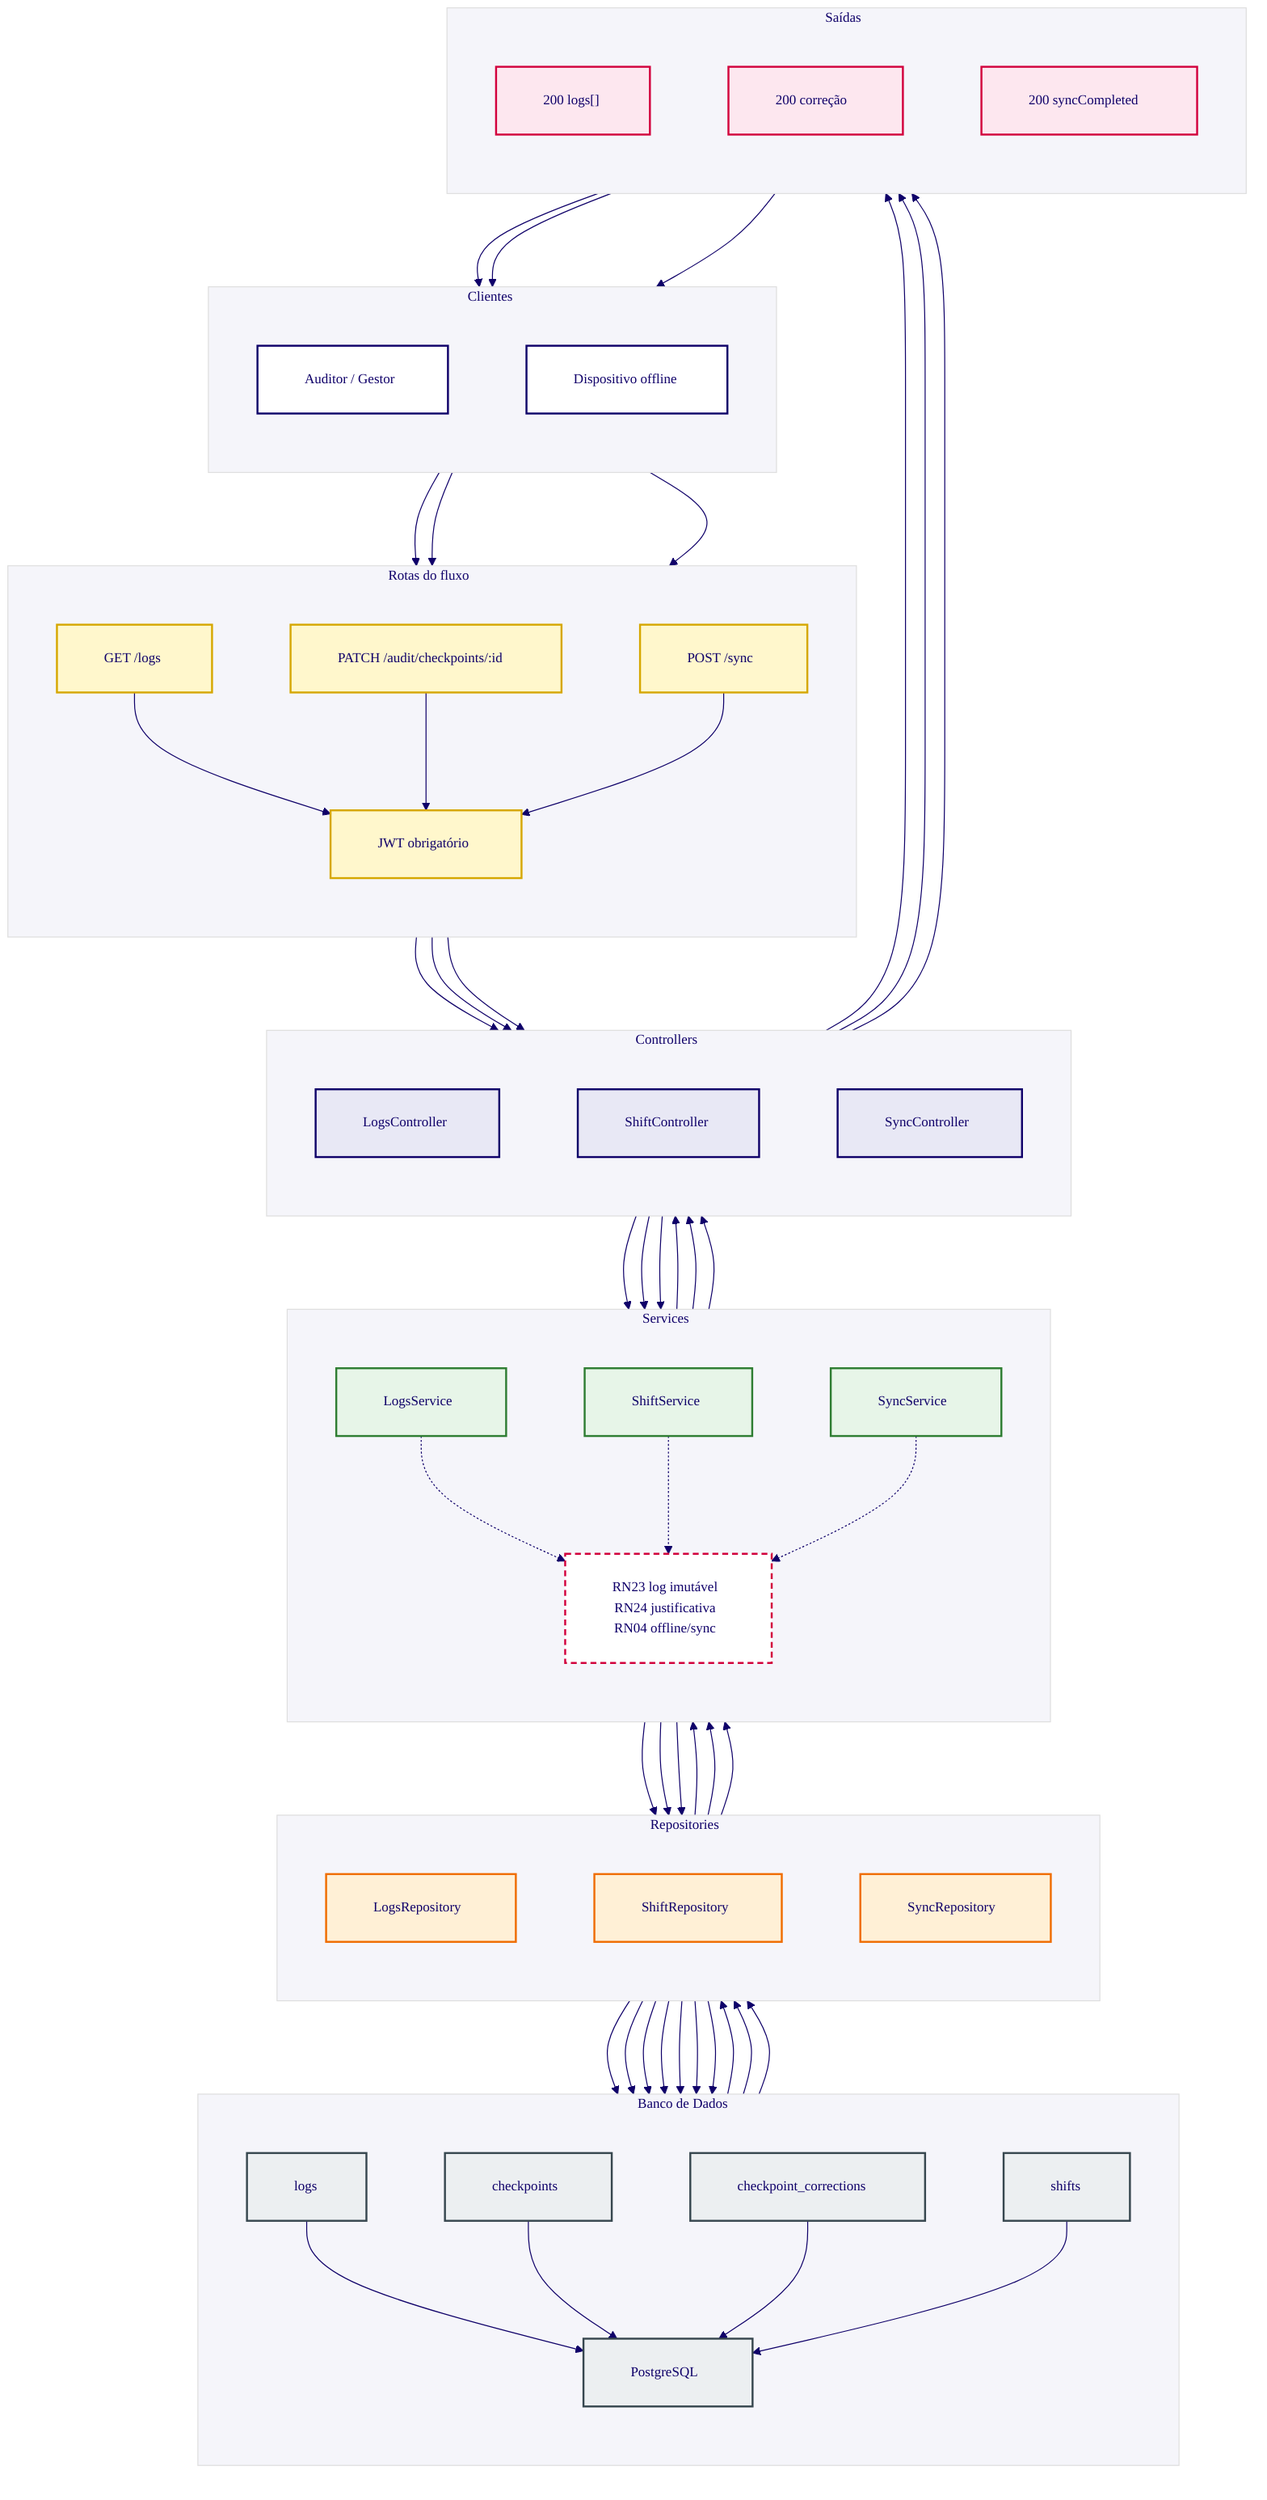
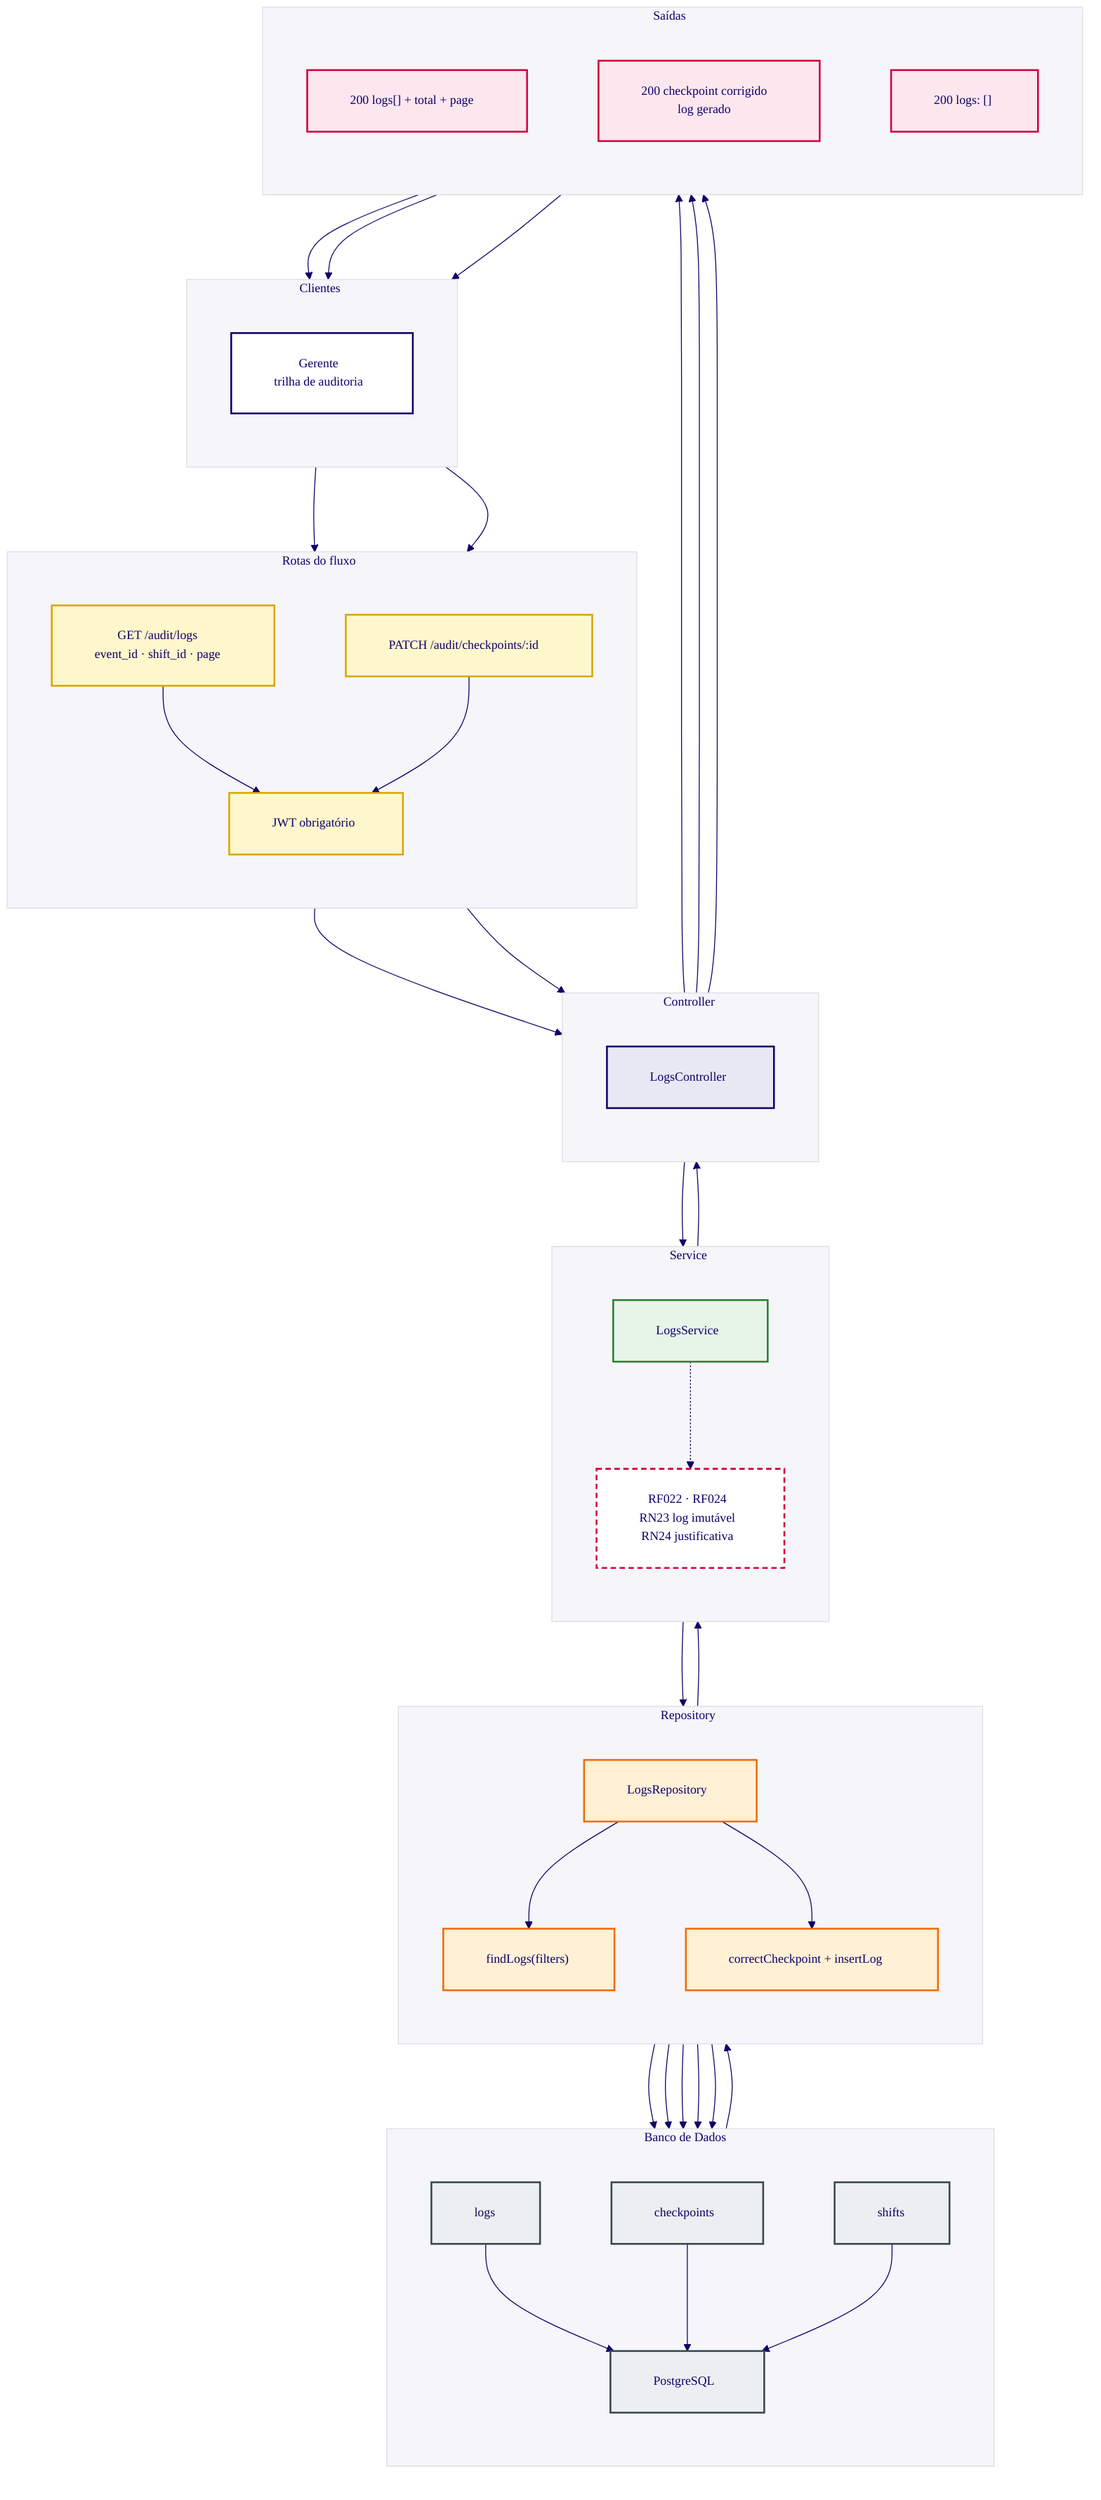
%%{init: {"theme":"base","flowchart":{"htmlLabels":true,"curve":"basis","nodeSpacing":80,"rankSpacing":95,"padding":24},"themeVariables":{"fontFamily":"Arial, sans-serif","fontSize":"14px","primaryColor":"#FFFFFF","primaryTextColor":"#0F0069","primaryBorderColor":"#0F0069","lineColor":"#0F0069","tertiaryColor":"#F5F5FA","tertiaryTextColor":"#0F0069"}}}%%
flowchart TB

    classDef client fill:#FFFFFF,stroke:#0F0069,stroke-width:2px,color:#0F0069;
    classDef route fill:#FFF7CC,stroke:#D6A700,stroke-width:2px,color:#0F0069;
    classDef controller fill:#E8E8F5,stroke:#0F0069,stroke-width:2px,color:#0F0069;
    classDef service fill:#E7F5E8,stroke:#2E7D32,stroke-width:2px,color:#0F0069;
    classDef repository fill:#FFF0D6,stroke:#EF6C00,stroke-width:2px,color:#0F0069;
    classDef db fill:#ECEFF1,stroke:#37474F,stroke-width:2px,color:#0F0069;
    classDef output fill:#FDE7EF,stroke:#D2003C,stroke-width:2px,color:#0F0069;
    classDef note fill:#FFFFFF,stroke:#D2003C,stroke-width:2px,stroke-dasharray: 6 4,color:#0F0069;

    subgraph L1["Clientes"]
        direction TB
-         C["Auditor / Gestor"]:::client
-         OFF["Dispositivo offline"]:::client
+         C["Gerente<br/>trilha de auditoria"]:::client
    end

    subgraph L2["Rotas do fluxo"]
        direction TB
-         R1["GET /logs"]:::route
+         R1["GET /audit/logs<br/>event_id · shift_id · page"]:::route
        R2["PATCH /audit/checkpoints/:id"]:::route
-         R3["POST /sync"]:::route
        AUTH["JWT obrigatório"]:::route
    end

-     subgraph L3["Controllers"]
+     subgraph L3["Controller"]
        direction TB
        LC["LogsController"]:::controller
-         SC["ShiftController"]:::controller
-         SYC["SyncController"]:::controller
    end

-     subgraph L4["Services"]
+     subgraph L4["Service"]
        direction TB
        LS["LogsService"]:::service
-         SS["ShiftService"]:::service
-         SYS["SyncService"]:::service
-         RN["RN23 log imutável<br/>RN24 justificativa<br/>RN04 offline/sync"]:::note
+         RN["RF022 · RF024<br/>RN23 log imutável<br/>RN24 justificativa"]:::note
    end

-     subgraph L5["Repositories"]
+     subgraph L5["Repository"]
        direction TB
        LR["LogsRepository"]:::repository
-         SR["ShiftRepository"]:::repository
-         SYR["SyncRepository"]:::repository
+         Q1["findLogs(filters)"]:::repository
+         Q2["correctCheckpoint + insertLog"]:::repository
    end

    subgraph L6["Banco de Dados"]
        direction TB
        DB["PostgreSQL"]:::db
        LOG["logs"]:::db
        CP["checkpoints"]:::db
-         CC["checkpoint_corrections"]:::db
        SH["shifts"]:::db
    end

    subgraph L7["Saídas"]
        direction TB
-         O1["200 logs[]"]:::output
-         O2["200 correção"]:::output
-         O3["200 syncCompleted"]:::output
+         O1["200 logs[] + total + page"]:::output
+         O2["200 checkpoint corrigido<br/>log gerado"]:::output
+         O3["200 logs: []"]:::output
    end

    C --> R1 --> AUTH --> LC --> LS --> LR
-     C --> R2 --> AUTH --> SC --> SS --> SR
-     OFF --> R3 --> AUTH --> SYC --> SYS --> SYR
+     C --> R2 --> AUTH --> LC
    LS -.-> RN
-     SS -.-> RN
-     SYS -.-> RN
-     LR --> LOG
-     SR --> CP
-     SR --> CC
-     SR --> SH
-     SYR --> LOG
-     SYR --> CP
-     SYR --> SH
+     LR --> Q1 --> LOG
+     Q1 --> SH
+     LR --> Q2 --> CP
+     Q2 --> LOG
+     Q2 --> SH
    LOG --> DB
    CP --> DB
-     CC --> DB
    SH --> DB
    DB --> LR --> LS --> LC --> O1 --> C
-     DB --> SR --> SS --> SC --> O2 --> C
-     DB --> SYR --> SYS --> SYC --> O3 --> OFF
+     LC --> O2 --> C
+     LC --> O3 --> C
